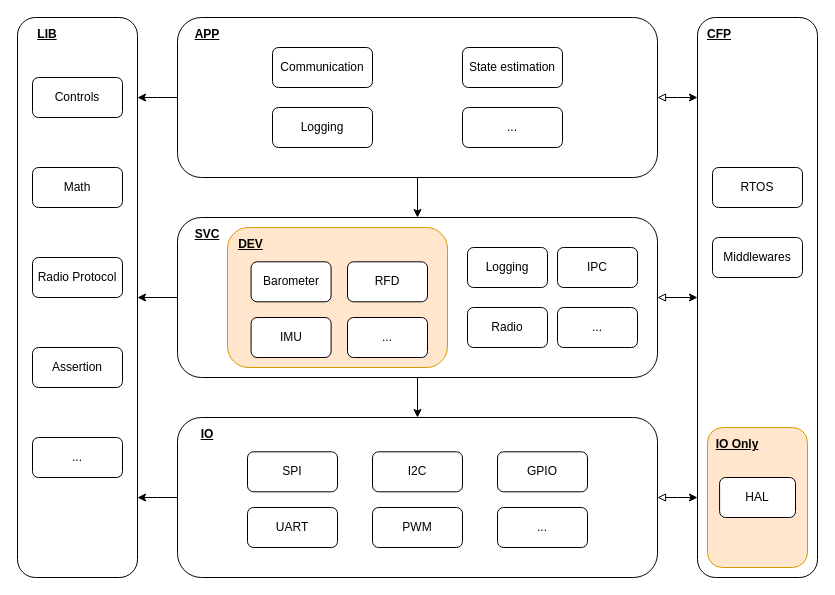
Above: docs/2026-27-TVR/firmware/design-documents/architecture-assets/ulysses-firmware-architecture.drawio in UBC-Rocket/docs (draw.io), before the change. Source tidied: cells renumbered, new cells numbered last; positions are measured from the earlier drawing's top-left corner, leaving out a move shared by most shapes. Both pictures are drawn from the tidied source at 100%, with x=0, y=0 at pixel (17, 17).
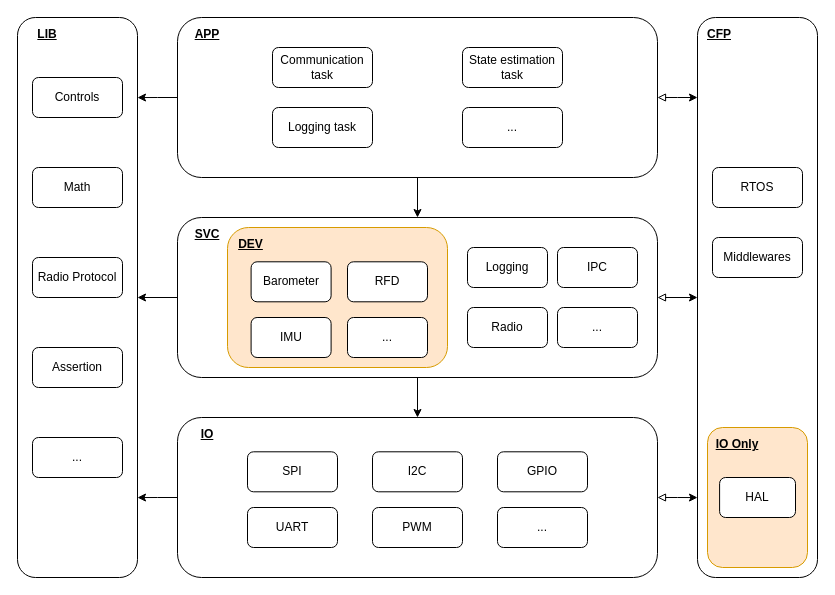
Above is the later version.

Commit message:
fw: label architecture diagram app layer blocks as tasks

The change refers to these unchanged cells:
```xml
<mxCell id="2" style="group;" parent="1" vertex="1">
  <mxGeometry x="160" width="480" height="160" as="geometry" />
</mxCell>
```

The edit, as a diff of the source:
```diff
@@
-    <mxCell id="5" value="Communication" style="rounded=1;whiteSpace=wrap;html=1;roundedPerimeter=1;" parent="2" vertex="1">
+    <mxCell id="5" value="Communication task" style="rounded=1;whiteSpace=wrap;html=1;roundedPerimeter=1;" parent="2" vertex="1">
       <mxGeometry x="95" y="30" width="100" height="40" as="geometry" />
     </mxCell>
-    <mxCell id="6" value="Logging" style="rounded=1;whiteSpace=wrap;html=1;roundedPerimeter=1;" parent="2" vertex="1">
+    <mxCell id="6" value="Logging task" style="rounded=1;whiteSpace=wrap;html=1;roundedPerimeter=1;" parent="2" vertex="1">
       <mxGeometry x="95" y="90" width="100" height="40" as="geometry" />
     </mxCell>
-    <mxCell id="7" value="State estimation" style="rounded=1;whiteSpace=wrap;html=1;roundedPerimeter=1;" parent="2" vertex="1">
+    <mxCell id="7" value="State estimation task" style="rounded=1;whiteSpace=wrap;html=1;roundedPerimeter=1;" parent="2" vertex="1">
       <mxGeometry x="285" y="30" width="100" height="40" as="geometry" />
     </mxCell>
```
